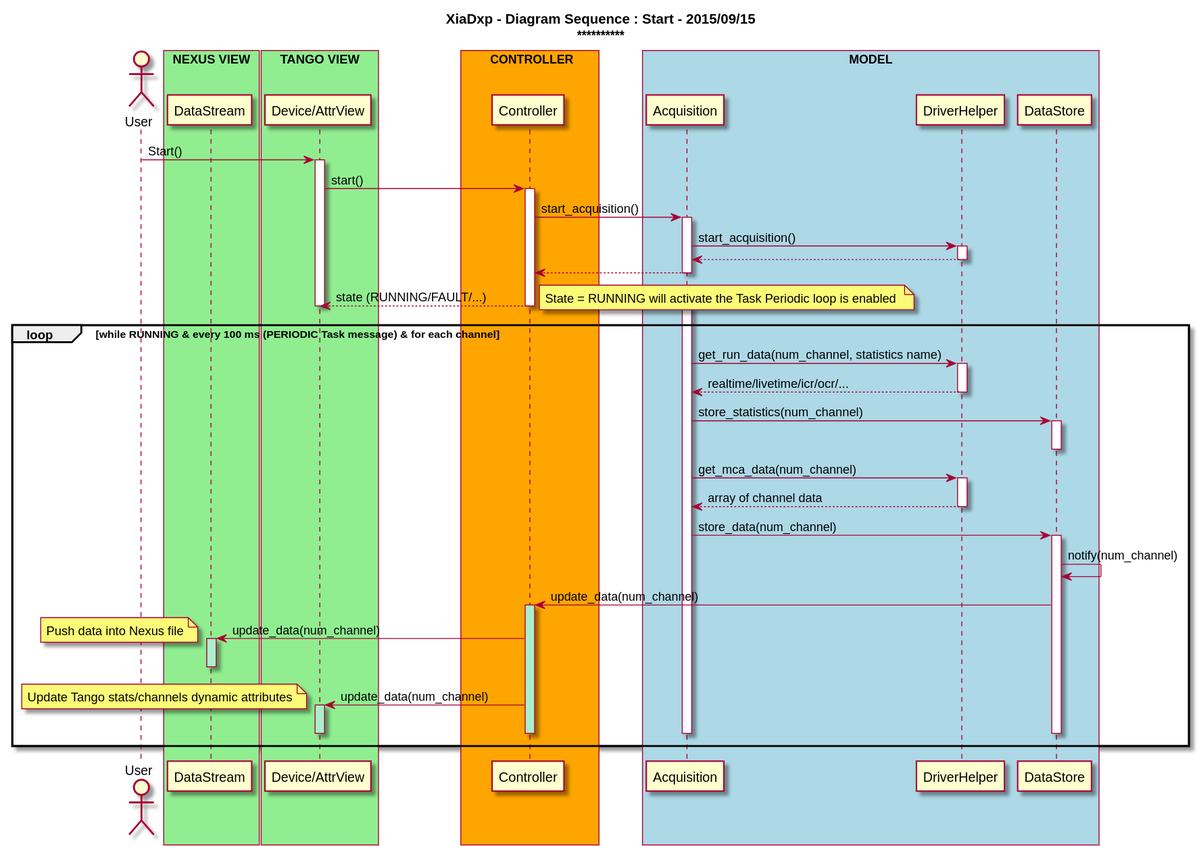
This is uml/diagram_sequence_start_acquisition_MCA_1.svg from anoureddine/XiaDxp, a PlantUML export, as it was before one commit. Its source is kept beside it as uml/diagram_sequence_start_acquisition_MCA_1.puml.
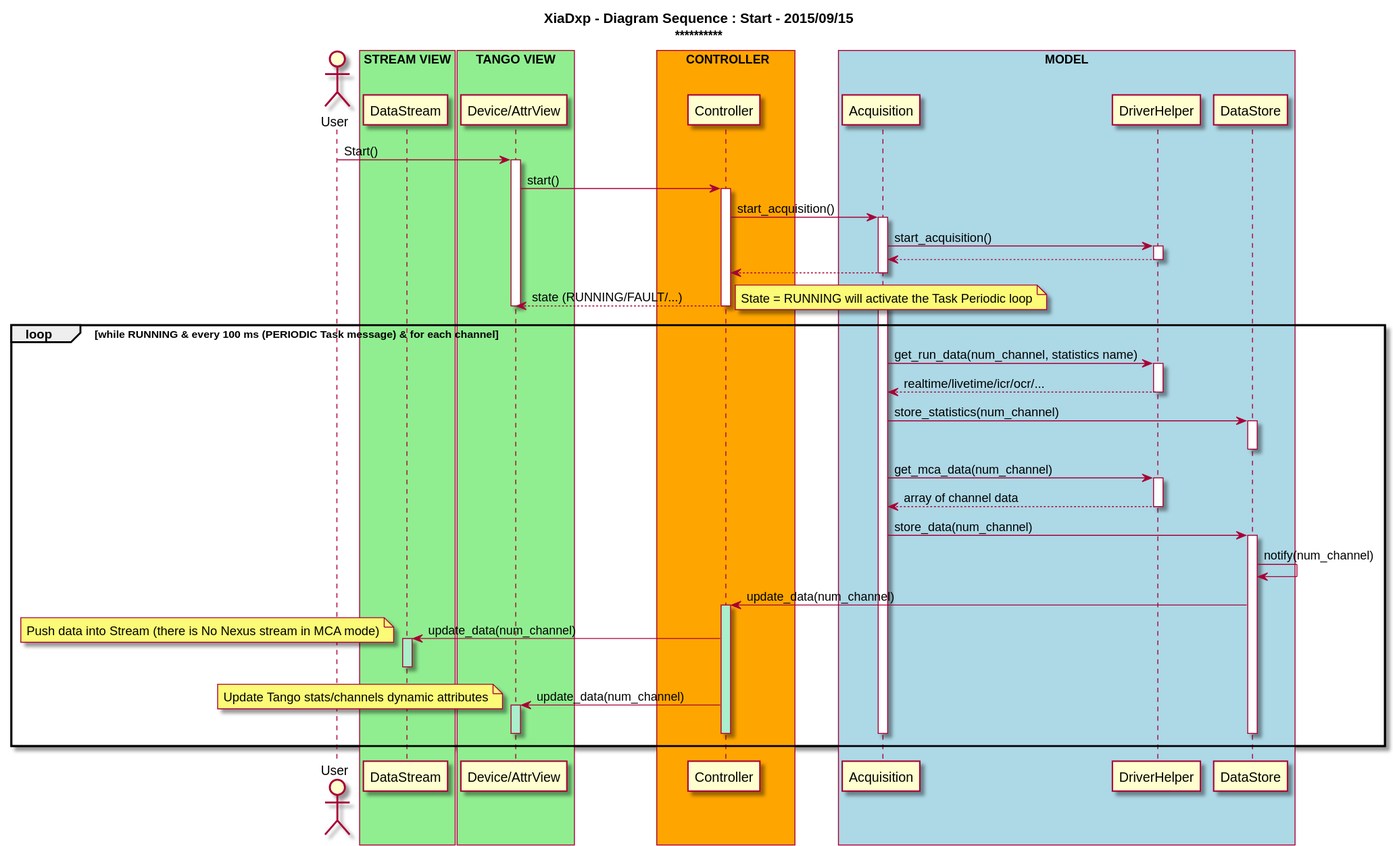
Later version of the same file.

What changed in the source:
```diff
@@ -5,7 +5,7 @@
 actor User
 
 participant "DataStream" as Stream
-box "NEXUS VIEW" #LightGreen
+box "STREAM VIEW" #LightGreen
 	participant Stream
 end box
 
@@ -52,7 +52,7 @@
 deactivate Device
 
 note right
-            State = RUNNING will activate the Task Periodic loop is enabled
+            State = RUNNING will activate the Task Periodic loop
 end note
 
 activate Acq
@@ -85,7 +85,7 @@
             Ctrl -> Stream : update_data(num_channel)
             activate Stream #AAEECC
 note left
-            Push data into Nexus file
+            Push data into Stream (there is No Nexus stream in MCA mode)
 end note
             deactivate Stream
 
```
